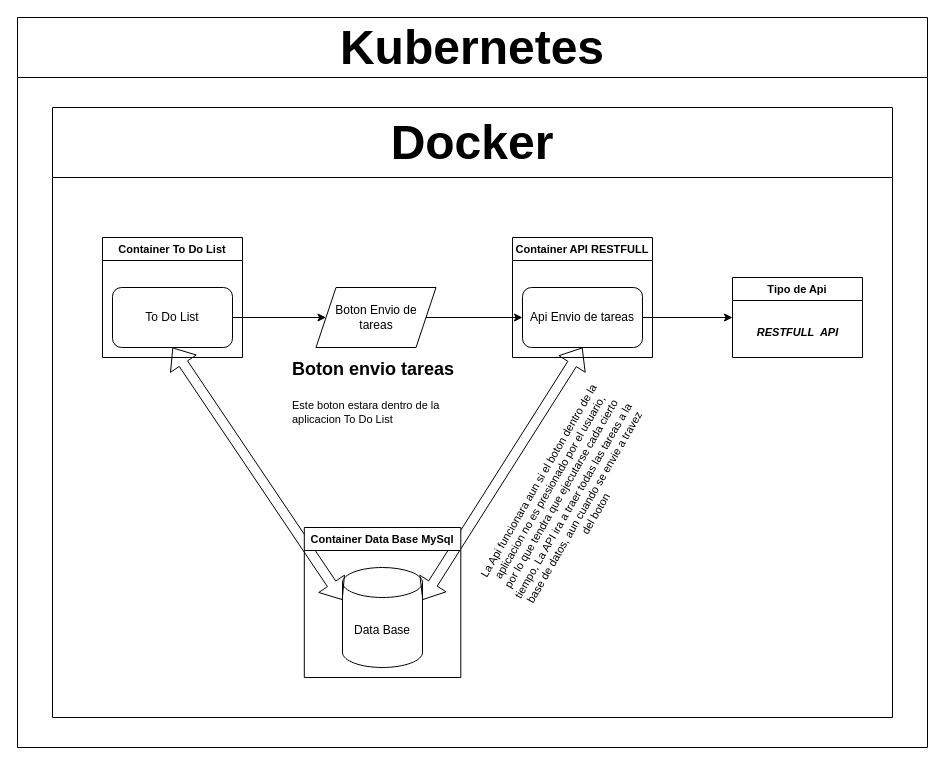
Before: app/Api.drawio in marcelosanchez166/Api_Send_Correos, a draw.io diagram. Source tidied: cells renumbered, new cells numbered last; positions are measured from the earlier drawing's top-left corner, leaving out a move shared by most shapes. Both pictures are drawn from the tidied source at 100%, with x=0, y=0 at pixel (17, 17).
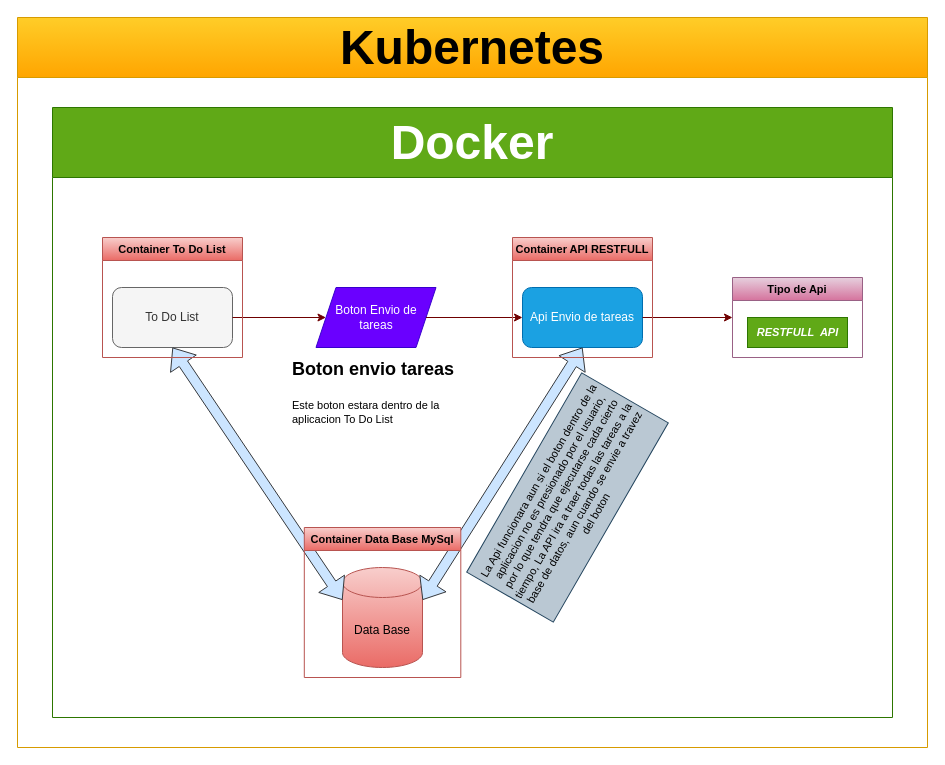
Above is the later version.

Commit message:
colores al diagrama

Change to the diagram source:
```diff
@@
 <mxGraphModel>
   <root>
     <mxCell id="0" />
     <mxCell id="1" parent="0" />
-    <mxCell id="2" value="Kubernetes" style="swimlane;whiteSpace=wrap;html=1;fontSize=48;startSize=60;" parent="1" vertex="1">
+    <mxCell id="2" value="Kubernetes" style="swimlane;whiteSpace=wrap;html=1;fontSize=48;startSize=60;fillColor=#ffcd28;gradientColor=#ffa500;strokeColor=#d79b00;" parent="1" vertex="1">
       <mxGeometry width="910" height="730" as="geometry" />
     </mxCell>
-    <mxCell id="3" value="To Do List" style="rounded=1;whiteSpace=wrap;html=1;" parent="2" vertex="1">
+    <mxCell id="3" value="To Do List" style="rounded=1;whiteSpace=wrap;html=1;fillColor=#f5f5f5;fontColor=#333333;strokeColor=#666666;" parent="2" vertex="1">
       <mxGeometry x="95" y="270" width="120" height="60" as="geometry" />
     </mxCell>
-    <mxCell id="4" value="Data Base" style="shape=cylinder3;whiteSpace=wrap;html=1;boundedLbl=1;backgroundOutline=1;size=15;" parent="2" vertex="1">
+    <mxCell id="4" value="Data Base" style="shape=cylinder3;whiteSpace=wrap;html=1;boundedLbl=1;backgroundOutline=1;size=15;fillColor=#f8cecc;strokeColor=#b85450;gradientColor=#ea6b66;" parent="2" vertex="1">
       <mxGeometry x="325" y="550" width="80" height="100" as="geometry" />
     </mxCell>
-    <mxCell id="5" style="shape=flexArrow;endArrow=classic;startArrow=classic;html=1;entryX=0.5;entryY=1;entryDx=0;entryDy=0;exitX=0;exitY=0;exitDx=0;exitDy=32.5;exitPerimeter=0;" parent="2" edge="1" source="4" target="3">
+    <mxCell id="5" style="shape=flexArrow;endArrow=classic;startArrow=classic;html=1;entryX=0.5;entryY=1;entryDx=0;entryDy=0;exitX=0;exitY=0;exitDx=0;exitDy=32.5;exitPerimeter=0;fillColor=#cce5ff;strokeColor=#36393d;" parent="2" edge="1" source="4" target="3">
       <mxGeometry relative="1" as="geometry" />
     </mxCell>
-    <mxCell id="6" value="Api Envio de tareas" style="rounded=1;whiteSpace=wrap;html=1;" parent="2" vertex="1">
+    <mxCell id="6" value="Api Envio de tareas" style="rounded=1;whiteSpace=wrap;html=1;fillColor=#1ba1e2;fontColor=#ffffff;strokeColor=#006EAF;" parent="2" vertex="1">
       <mxGeometry x="505" y="270" width="120" height="60" as="geometry" />
     </mxCell>
-    <mxCell id="7" style="shape=flexArrow;endArrow=classic;startArrow=classic;html=1;entryX=0.5;entryY=1;entryDx=0;entryDy=0;exitX=1;exitY=0;exitDx=0;exitDy=32.5;exitPerimeter=0;" parent="2" edge="1" source="4" target="6">
+    <mxCell id="7" style="shape=flexArrow;endArrow=classic;startArrow=classic;html=1;entryX=0.5;entryY=1;entryDx=0;entryDy=0;exitX=1;exitY=0;exitDx=0;exitDy=32.5;exitPerimeter=0;fillColor=#cce5ff;strokeColor=#36393d;" parent="2" edge="1" source="4" target="6">
       <mxGeometry relative="1" as="geometry" />
     </mxCell>
-    <mxCell id="8" value="Boton Envio de tareas" style="shape=parallelogram;perimeter=parallelogramPerimeter;whiteSpace=wrap;html=1;fixedSize=1;" parent="2" vertex="1">
+    <mxCell id="8" value="Boton Envio de tareas" style="shape=parallelogram;perimeter=parallelogramPerimeter;whiteSpace=wrap;html=1;fixedSize=1;fillColor=#6a00ff;fontColor=#ffffff;strokeColor=#3700CC;" parent="2" vertex="1">
       <mxGeometry x="298.5" y="270" width="120" height="60" as="geometry" />
     </mxCell>
-    <mxCell id="9" style="endArrow=classic;html=1;exitX=1;exitY=0.5;exitDx=0;exitDy=0;" parent="2" edge="1" source="3" target="8">
+    <mxCell id="9" style="endArrow=classic;html=1;exitX=1;exitY=0.5;exitDx=0;exitDy=0;fillColor=#a20025;strokeColor=#6F0000;" parent="2" edge="1" source="3" target="8">
       <mxGeometry relative="1" as="geometry" />
     </mxCell>
-    <mxCell id="10" style="endArrow=classic;html=1;entryX=0;entryY=0.5;entryDx=0;entryDy=0;exitX=1;exitY=0.5;exitDx=0;exitDy=0;" parent="2" edge="1" source="8" target="6">
+    <mxCell id="10" style="endArrow=classic;html=1;entryX=0;entryY=0.5;entryDx=0;entryDy=0;exitX=1;exitY=0.5;exitDx=0;exitDy=0;fillColor=#a20025;strokeColor=#6F0000;" parent="2" edge="1" source="8" target="6">
       <mxGeometry relative="1" as="geometry" />
     </mxCell>
     <mxCell id="11" value="&lt;h1&gt;&lt;font style=&quot;font-size: 18px;&quot;&gt;Boton envio tareas&lt;/font&gt;&lt;/h1&gt;&lt;div&gt;&lt;font style=&quot;font-size: 11px;&quot;&gt;Este boton estara dentro de la aplicacion To Do List&lt;/font&gt;&lt;/div&gt;" style="text;html=1;strokeColor=none;fillColor=none;spacing=5;spacingTop=-20;whiteSpace=wrap;overflow=hidden;rounded=0;" parent="2" vertex="1">
       <mxGeometry x="270" y="330" width="190" height="90" as="geometry" />
     </mxCell>
-    <mxCell id="12" value="La Api funcionara aun si el boton dentro de la aplicacion no es presionado por el usuario, por lo que tendra que ejecutarse cada cierto tiempo, La API ira a traer todas las tareas a la base de datos, aun cuando se envie a travez del boton" style="text;html=1;strokeColor=none;fillColor=none;align=center;verticalAlign=middle;whiteSpace=wrap;rounded=0;fontSize=11;rotation=-60;" parent="2" vertex="1">
+    <mxCell id="12" value="La Api funcionara aun si el boton dentro de la aplicacion no es presionado por el usuario, por lo que tendra que ejecutarse cada cierto tiempo, La API ira a traer todas las tareas a la base de datos, aun cuando se envie a travez del boton" style="text;html=1;align=center;verticalAlign=middle;whiteSpace=wrap;rounded=0;fontSize=11;rotation=-60;fillColor=#bac8d3;strokeColor=#23445d;" parent="2" vertex="1">
       <mxGeometry x="435" y="430" width="230" height="100" as="geometry" />
     </mxCell>
-    <mxCell id="13" value="Tipo de Api" style="swimlane;whiteSpace=wrap;html=1;fontSize=11;" parent="2" vertex="1">
+    <mxCell id="13" value="Tipo de Api" style="swimlane;whiteSpace=wrap;html=1;fontSize=11;fillColor=#e6d0de;gradientColor=#d5739d;strokeColor=#996185;" parent="2" vertex="1">
       <mxGeometry x="715" y="260" width="130" height="80" as="geometry" />
     </mxCell>
-    <mxCell id="14" value="&lt;b&gt;&lt;i&gt;RESTFULL&amp;nbsp; API&lt;/i&gt;&lt;/b&gt;" style="text;html=1;align=center;verticalAlign=middle;strokeColor=none;fillColor=none;fontSize=11;" parent="13" vertex="1">
+    <mxCell id="14" value="&lt;b&gt;&lt;i&gt;RESTFULL&amp;nbsp; API&lt;/i&gt;&lt;/b&gt;" style="text;html=1;align=center;verticalAlign=middle;strokeColor=#2D7600;fillColor=#60a917;fontSize=11;fontColor=#ffffff;" parent="13" vertex="1">
       <mxGeometry x="15" y="40" width="100" height="30" as="geometry" />
     </mxCell>
-    <mxCell id="15" style="endArrow=classic;html=1;fontSize=11;entryX=0;entryY=0.5;entryDx=0;entryDy=0;exitX=1;exitY=0.5;exitDx=0;exitDy=0;" parent="2" edge="1" source="6" target="13">
+    <mxCell id="15" style="endArrow=classic;html=1;fontSize=11;entryX=0;entryY=0.5;entryDx=0;entryDy=0;exitX=1;exitY=0.5;exitDx=0;exitDy=0;fillColor=#a20025;strokeColor=#6F0000;" parent="2" edge="1" source="6" target="13">
       <mxGeometry relative="1" as="geometry" />
     </mxCell>
-    <mxCell id="16" value="Container To Do List" style="swimlane;fontSize=11;" parent="2" vertex="1">
+    <mxCell id="16" value="Container To Do List" style="swimlane;fontSize=11;fillColor=#f8cecc;gradientColor=#ea6b66;strokeColor=#b85450;" parent="2" vertex="1">
       <mxGeometry x="85" y="220" width="140" height="120" as="geometry" />
     </mxCell>
-    <mxCell id="17" value="Container API RESTFULL" style="swimlane;fontSize=11;" parent="2" vertex="1">
+    <mxCell id="17" value="Container API RESTFULL" style="swimlane;fontSize=11;fillColor=#f8cecc;strokeColor=#b85450;gradientColor=#ea6b66;" parent="2" vertex="1">
       <mxGeometry x="495" y="220" width="140" height="120" as="geometry" />
     </mxCell>
-    <mxCell id="18" value="Container Data Base MySql" style="swimlane;fontSize=11;" parent="2" vertex="1">
+    <mxCell id="18" value="Container Data Base MySql" style="swimlane;fontSize=11;fillColor=#f8cecc;gradientColor=#ea6b66;strokeColor=#b85450;" parent="2" vertex="1">
       <mxGeometry x="286.8" y="510" width="156.5" height="150" as="geometry" />
     </mxCell>
-    <mxCell id="19" value="Docker" style="swimlane;whiteSpace=wrap;html=1;fontSize=48;startSize=70;" parent="2" vertex="1">
+    <mxCell id="19" value="Docker" style="swimlane;whiteSpace=wrap;html=1;fontSize=48;startSize=70;fillColor=#60a917;fontColor=#ffffff;strokeColor=#2D7600;" parent="2" vertex="1">
       <mxGeometry x="35" y="90" width="840" height="610" as="geometry" />
     </mxCell>
   </root>
 </mxGraphModel>
```
